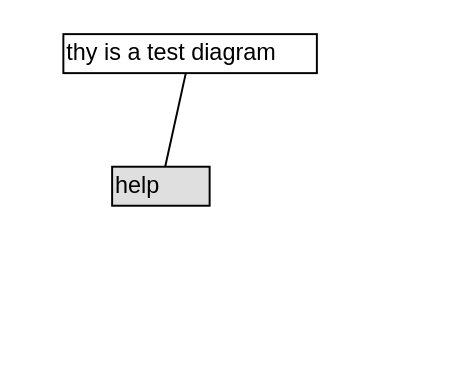
Earlier version of the draw.io diagram page "Tab 1" (1 of 2) of data/test.drawio (JesseAldridge/drawio-plus). Source tidied: cells renumbered, new cells numbered last; positions are measured from the earlier drawing's top-left corner, leaving out a move shared by most shapes. Both pictures are drawn from the tidied source at 195%, with x=0, y=0 at pixel (62, 33).
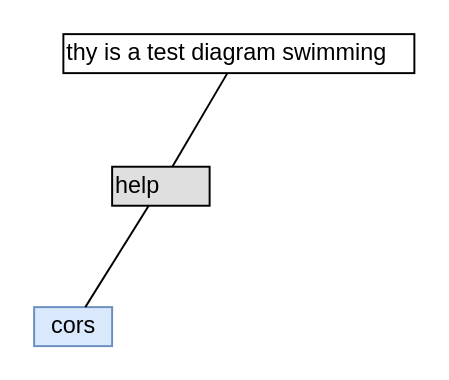
The same diagram, later.

The edit, as a diff of the source:
```diff
@@
 <mxGraphModel>
   <root>
     <mxCell id="0" />
     <mxCell id="1" parent="0" />
-    <mxCell id="2" value="thy is a test diagram" style="text=;html=1;points=[];align=left;verticalAlign=top;spacingTop=-4;fillColor=#ffffff;" parent="1" vertex="1">
-      <mxGeometry width="130" height="20" as="geometry" />
+    <mxCell id="2" value="thy is a test diagram swimming" style="text=;html=1;points=[];align=left;verticalAlign=top;spacingTop=-4;fillColor=#ffffff;" parent="1" vertex="1">
+      <mxGeometry width="180" height="20" as="geometry" />
     </mxCell>
     <mxCell id="3" value="help" style="text=;html=1;points=[];align=left;verticalAlign=top;spacingTop=-4;fillColor=#dfdfdf;" parent="1" vertex="1">
       <mxGeometry x="25" y="68" width="50" height="20" as="geometry" />
     </mxCell>
     <mxCell id="4" style="endArrow=none;html=1;fillColor=#ff0000;" parent="1" edge="1" source="3" target="2">
       <mxGeometry relative="1" as="geometry" />
     </mxCell>
+    <mxCell id="5" value="cors" style="text;html=1;align=center;verticalAlign=middle;points=[];fillColor=#dae8fc;strokeColor=#6c8ebf;" parent="1" vertex="1">
+      <mxGeometry x="-15" y="140" width="40" height="20" as="geometry" />
+    </mxCell>
+    <mxCell id="6" style="endArrow=none;html=1;" parent="1" edge="1" source="5" target="3">
+      <mxGeometry relative="1" as="geometry" />
+    </mxCell>
   </root>
 </mxGraphModel>
```
